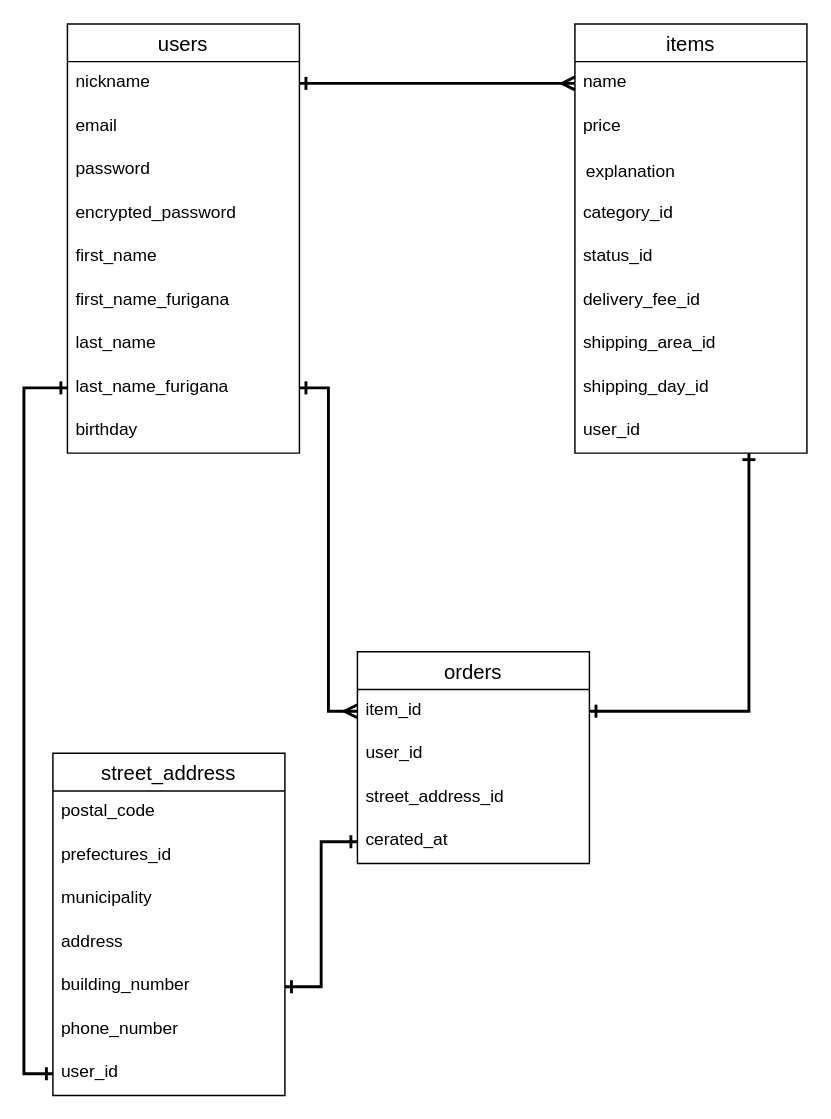
Above: app/ER.dio in tatsunori-koharu/furima-31710 (draw.io), before the change. Source tidied: cells renumbered, new cells numbered last; positions are measured from the earlier drawing's top-left corner, leaving out a move shared by most shapes. Both pictures are drawn from the tidied source at 145%, with x=0, y=0 at pixel (52, 23).
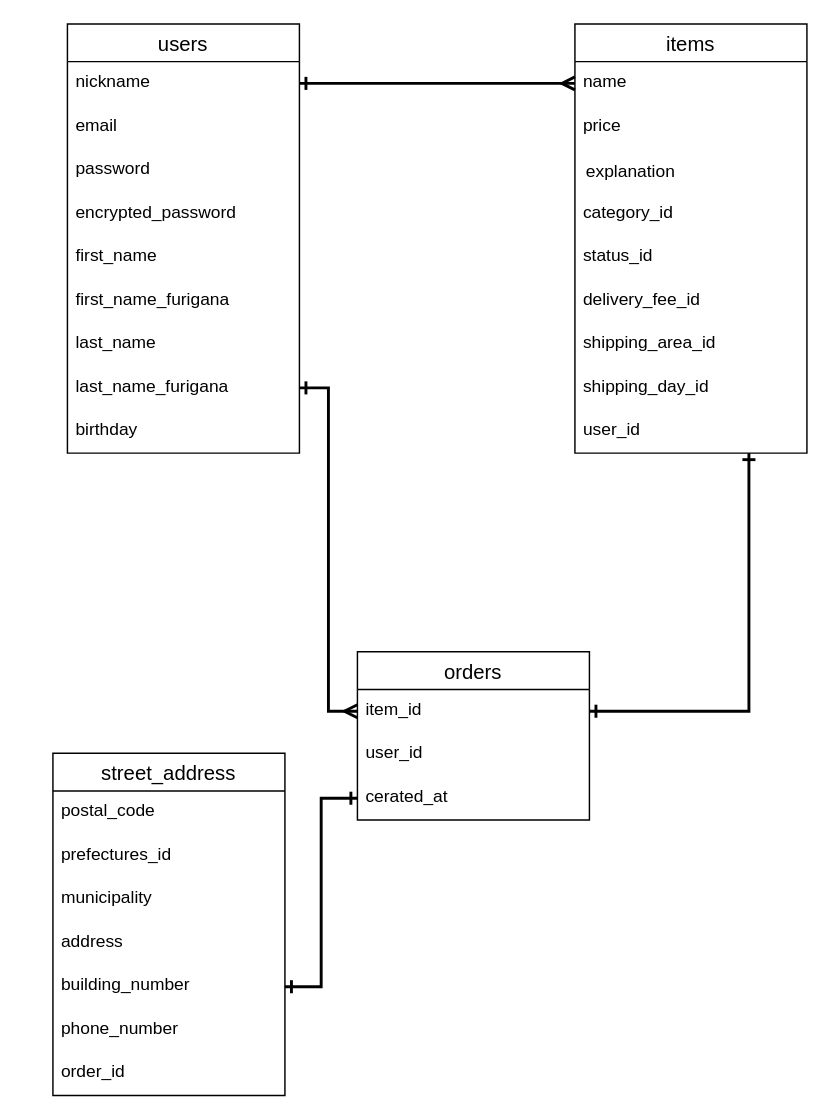
Above is the later version.

Commit message (it also covers changes not shown here):
ER図及びREADME修正２回目

Unchanged cells that the change refers to:
```xml
<mxCell id="10" value="last_name_furigana" style="text;strokeColor=none;fillColor=none;spacingLeft=4;spacingRight=4;overflow=hidden;points=[[0,0.5],[1,0.5]];portConstraint=eastwest;fontSize=12;" parent="2" vertex="1">
  <mxGeometry y="236" width="160" height="30" as="geometry" />
</mxCell>
<mxCell id="31" value="street_address" style="swimlane;fontStyle=0;horizontal=1;startSize=26;align=center;fontSize=14;" parent="1" vertex="1">
  <mxGeometry y="503" width="160" height="236" as="geometry" />
</mxCell>
```

What changed in the source:
```diff
@@
-    <mxCell id="25" style="edgeStyle=orthogonalEdgeStyle;rounded=0;jettySize=auto;html=1;exitX=0;exitY=0.5;exitDx=0;exitDy=0;startArrow=ERone;startFill=0;endArrow=ERone;endFill=0;strokeWidth=2;entryX=0;entryY=0.5;entryDx=0;entryDy=0;" parent="1" edge="1" source="38" target="10">
-      <mxGeometry relative="1" as="geometry" />
-    </mxCell>
     <mxCell id="26" value="orders" style="swimlane;fontStyle=0;horizontal=1;startSize=26;align=center;fontSize=14;" parent="1" vertex="1">
-      <mxGeometry x="210" y="433" width="160" height="146" as="geometry" />
+      <mxGeometry x="210" y="433" width="160" height="116" as="geometry" />
     </mxCell>
@@
-    <mxCell id="29" value="street_address_id" style="text;strokeColor=none;fillColor=none;spacingLeft=4;spacingRight=4;overflow=hidden;fontSize=12;" parent="26" vertex="1">
-      <mxGeometry y="86" width="160" height="30" as="geometry" />
-    </mxCell>
     <mxCell id="30" value="cerated_at" style="text;strokeColor=none;fillColor=none;spacingLeft=4;spacingRight=4;overflow=hidden;points=[[0,0.5],[1,0.5]];portConstraint=eastwest;fontSize=12;" parent="26" vertex="1">
-      <mxGeometry y="116" width="160" height="30" as="geometry" />
+      <mxGeometry y="86" width="160" height="30" as="geometry" />
     </mxCell>
@@
-    <mxCell id="38" value="user_id" style="text;strokeColor=none;fillColor=none;spacingLeft=4;spacingRight=4;overflow=hidden;points=[[0,0.5],[1,0.5]];portConstraint=eastwest;fontSize=12;" parent="31" vertex="1">
-      <mxGeometry y="206" width="160" height="30" as="geometry" />
-    </mxCell>
+    <mxCell id="29" value="order_id" style="text;strokeColor=none;fillColor=none;spacingLeft=4;spacingRight=4;overflow=hidden;fontSize=12;" parent="31" vertex="1">
+      <mxGeometry y="206" width="160" height="30" as="geometry" />
+    </mxCell>
```
